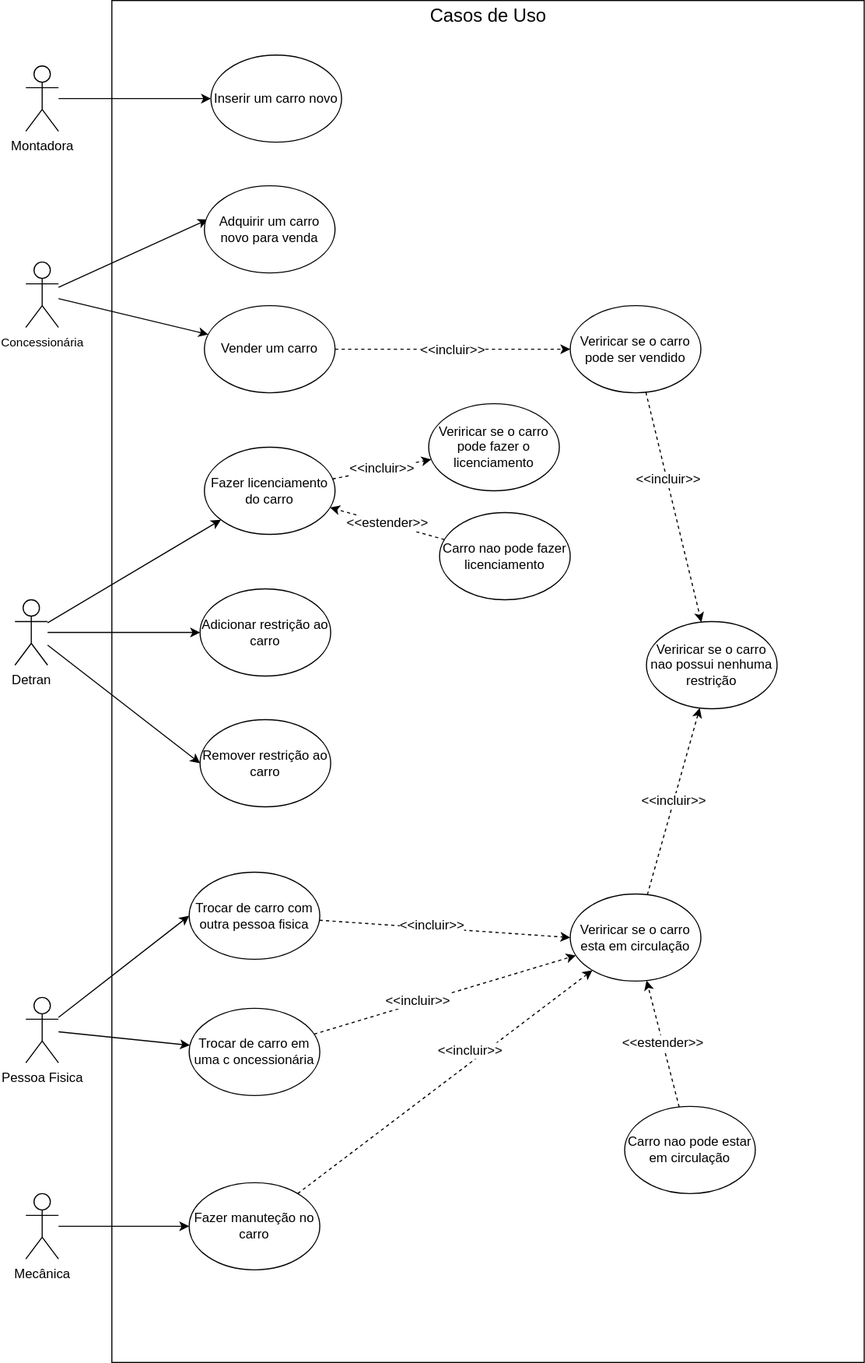
Earlier version of the draw.io export docs/diagrams/uml/use_cases.drawio.svg (yurihartmann/car_lifes_cycle_hyperledger_fabric). Source tidied: cells renumbered, new cells last; positions are measured from the earlier drawing's top-left corner, leaving out a move shared by most shapes. Its diagram source:
```xml
<mxGraphModel>
  <root>
    <mxCell id="0" />
    <mxCell id="1" parent="0" />
    <mxCell id="2" style="rounded=0;whiteSpace=wrap;html=1;" parent="1" vertex="1">
      <mxGeometry x="89" width="691" height="1250" as="geometry" />
    </mxCell>
    <mxCell id="3" value="&lt;font style=&quot;font-size: 17px;&quot;&gt;Casos de Uso&lt;/font&gt;" style="text;html=1;strokeColor=none;fillColor=none;align=center;verticalAlign=middle;whiteSpace=wrap;rounded=0;" parent="1" vertex="1">
      <mxGeometry x="369.5" width="130" height="30" as="geometry" />
    </mxCell>
    <mxCell id="4" style="edgeStyle=none;html=1;" parent="1" edge="1" source="5" target="10">
      <mxGeometry relative="1" as="geometry" />
    </mxCell>
    <mxCell id="5" value="Montadora" style="shape=umlActor;verticalLabelPosition=bottom;verticalAlign=top;html=1;outlineConnect=0;" parent="1" vertex="1">
      <mxGeometry x="10" y="60" width="30" height="60" as="geometry" />
    </mxCell>
    <mxCell id="6" style="edgeStyle=none;html=1;fontSize=17;" parent="1" edge="1" source="9" target="12">
      <mxGeometry relative="1" as="geometry" />
    </mxCell>
    <mxCell id="7" style="edgeStyle=none;html=1;entryX=0;entryY=0.5;entryDx=0;entryDy=0;fontSize=12;" parent="1" edge="1" source="9" target="42">
      <mxGeometry relative="1" as="geometry" />
    </mxCell>
    <mxCell id="8" style="edgeStyle=none;html=1;entryX=0;entryY=0.5;entryDx=0;entryDy=0;fontSize=12;" parent="1" edge="1" source="9" target="43">
      <mxGeometry relative="1" as="geometry" />
    </mxCell>
    <mxCell id="9" value="Detran&lt;br&gt;" style="shape=umlActor;verticalLabelPosition=bottom;verticalAlign=top;html=1;outlineConnect=0;" parent="1" vertex="1">
      <mxGeometry y="550" width="30" height="60" as="geometry" />
    </mxCell>
    <mxCell id="10" value="Inserir um carro novo" style="ellipse;whiteSpace=wrap;html=1;" parent="1" vertex="1">
      <mxGeometry x="180" y="50" width="120" height="80" as="geometry" />
    </mxCell>
    <mxCell id="11" value="&amp;lt;&amp;lt;incluir&amp;gt;&amp;gt;" style="edgeStyle=none;html=1;dashed=1;fontSize=12;" parent="1" edge="1" source="12" target="29">
      <mxGeometry relative="1" as="geometry" />
    </mxCell>
    <mxCell id="12" value="Fazer licenciamento do carro" style="ellipse;whiteSpace=wrap;html=1;" parent="1" vertex="1">
      <mxGeometry x="174" y="410" width="120" height="80" as="geometry" />
    </mxCell>
    <mxCell id="13" style="edgeStyle=none;html=1;fontSize=17;" parent="1" edge="1" source="14" target="17">
      <mxGeometry relative="1" as="geometry" />
    </mxCell>
    <mxCell id="14" value="Mecânica" style="shape=umlActor;verticalLabelPosition=bottom;verticalAlign=top;html=1;outlineConnect=0;" parent="1" vertex="1">
      <mxGeometry x="10" y="1095" width="30" height="60" as="geometry" />
    </mxCell>
    <mxCell id="15" style="edgeStyle=none;html=1;dashed=1;fontSize=12;" parent="1" edge="1" source="17" target="28">
      <mxGeometry relative="1" as="geometry" />
    </mxCell>
    <mxCell id="16" value="&amp;lt;&amp;lt;incluir&amp;gt;&amp;gt;" style="edgeLabel;html=1;align=center;verticalAlign=middle;fontSize=12;" parent="15" vertex="1">
      <mxGeometry x="0.28" y="2" relative="1" as="geometry">
        <mxPoint x="-15" y="2" as="offset" />
      </mxGeometry>
    </mxCell>
    <mxCell id="17" value="Fazer manuteção no carro" style="ellipse;whiteSpace=wrap;html=1;" parent="1" vertex="1">
      <mxGeometry x="160" y="1085" width="120" height="80" as="geometry" />
    </mxCell>
    <mxCell id="18" style="edgeStyle=none;html=1;fontSize=17;" parent="1" edge="1" source="20" target="22">
      <mxGeometry relative="1" as="geometry" />
    </mxCell>
    <mxCell id="19" style="edgeStyle=none;html=1;entryX=0.025;entryY=0.388;entryDx=0;entryDy=0;entryPerimeter=0;fontSize=17;" parent="1" edge="1" source="20" target="23">
      <mxGeometry relative="1" as="geometry" />
    </mxCell>
    <mxCell id="20" value="&lt;span style=&quot;font-size: 11px; background-color: rgb(255, 255, 255);&quot;&gt;Concessionária&lt;/span&gt;" style="shape=umlActor;verticalLabelPosition=bottom;verticalAlign=top;html=1;outlineConnect=0;" parent="1" vertex="1">
      <mxGeometry x="10" y="240" width="30" height="60" as="geometry" />
    </mxCell>
    <mxCell id="21" value="&lt;font style=&quot;font-size: 12px;&quot;&gt;&amp;lt;&amp;lt;incluir&amp;gt;&amp;gt;&lt;/font&gt;" style="edgeStyle=none;html=1;fontSize=17;dashed=1;" parent="1" edge="1" source="22" target="26">
      <mxGeometry relative="1" as="geometry" />
    </mxCell>
    <mxCell id="22" value="Vender um carro" style="ellipse;whiteSpace=wrap;html=1;" parent="1" vertex="1">
      <mxGeometry x="174" y="280" width="120" height="80" as="geometry" />
    </mxCell>
    <mxCell id="23" value="Adquirir um carro novo para venda" style="ellipse;whiteSpace=wrap;html=1;" parent="1" vertex="1">
      <mxGeometry x="174" y="170" width="120" height="80" as="geometry" />
    </mxCell>
    <mxCell id="24" style="edgeStyle=none;html=1;dashed=1;fontSize=12;" parent="1" edge="1" source="26" target="39">
      <mxGeometry relative="1" as="geometry" />
    </mxCell>
    <mxCell id="25" value="&amp;lt;&amp;lt;incluir&amp;gt;&amp;gt;" style="edgeLabel;html=1;align=center;verticalAlign=middle;fontSize=12;" parent="24" vertex="1">
      <mxGeometry x="-0.24" y="1" relative="1" as="geometry" />
    </mxCell>
    <mxCell id="26" value="Veriricar se o carro pode ser vendido" style="ellipse;whiteSpace=wrap;html=1;" parent="1" vertex="1">
      <mxGeometry x="510" y="280" width="120" height="80" as="geometry" />
    </mxCell>
    <mxCell id="27" value="&amp;lt;&amp;lt;incluir&amp;gt;&amp;gt;" style="edgeStyle=none;html=1;dashed=1;fontSize=12;" parent="1" edge="1" source="28" target="39">
      <mxGeometry relative="1" as="geometry" />
    </mxCell>
    <mxCell id="28" value="Veriricar se o carro esta em circulação" style="ellipse;whiteSpace=wrap;html=1;" parent="1" vertex="1">
      <mxGeometry x="510" y="820" width="120" height="80" as="geometry" />
    </mxCell>
    <mxCell id="29" value="Veriricar se o carro pode fazer o licenciamento" style="ellipse;whiteSpace=wrap;html=1;" parent="1" vertex="1">
      <mxGeometry x="380" y="370" width="120" height="80" as="geometry" />
    </mxCell>
    <mxCell id="30" style="edgeStyle=none;html=1;entryX=0;entryY=0.5;entryDx=0;entryDy=0;fontSize=12;" parent="1" edge="1" source="32" target="35">
      <mxGeometry relative="1" as="geometry" />
    </mxCell>
    <mxCell id="31" style="edgeStyle=none;html=1;fontSize=12;" parent="1" edge="1" source="32" target="38">
      <mxGeometry relative="1" as="geometry" />
    </mxCell>
    <mxCell id="32" value="Pessoa Fisica" style="shape=umlActor;verticalLabelPosition=bottom;verticalAlign=top;html=1;outlineConnect=0;" parent="1" vertex="1">
      <mxGeometry x="10" y="915" width="30" height="60" as="geometry" />
    </mxCell>
    <mxCell id="33" style="edgeStyle=none;html=1;entryX=0;entryY=0.5;entryDx=0;entryDy=0;dashed=1;fontSize=12;" parent="1" edge="1" source="35" target="28">
      <mxGeometry relative="1" as="geometry" />
    </mxCell>
    <mxCell id="34" value="&amp;lt;&amp;lt;incluir&amp;gt;&amp;gt;" style="edgeLabel;html=1;align=center;verticalAlign=middle;fontSize=12;" parent="33" vertex="1">
      <mxGeometry x="-0.1" y="3" relative="1" as="geometry" />
    </mxCell>
    <mxCell id="35" value="Trocar de carro com outra pessoa fisica" style="ellipse;whiteSpace=wrap;html=1;" parent="1" vertex="1">
      <mxGeometry x="160" y="800" width="120" height="80" as="geometry" />
    </mxCell>
    <mxCell id="36" style="edgeStyle=none;html=1;dashed=1;fontSize=12;" parent="1" edge="1" source="38" target="28">
      <mxGeometry relative="1" as="geometry" />
    </mxCell>
    <mxCell id="37" value="&amp;lt;&amp;lt;incluir&amp;gt;&amp;gt;" style="edgeLabel;html=1;align=center;verticalAlign=middle;fontSize=12;" parent="36" vertex="1">
      <mxGeometry x="-0.2" y="3" relative="1" as="geometry" />
    </mxCell>
    <mxCell id="38" value="Trocar de carro em uma c&lt;span style=&quot;background-color: rgb(255, 255, 255);&quot;&gt;&lt;font style=&quot;font-size: 12px;&quot;&gt;oncessionária&lt;/font&gt;&lt;/span&gt;" style="ellipse;whiteSpace=wrap;html=1;" parent="1" vertex="1">
      <mxGeometry x="160" y="925" width="120" height="80" as="geometry" />
    </mxCell>
    <mxCell id="39" value="Veriricar se o carro nao possui nenhuma restrição" style="ellipse;whiteSpace=wrap;html=1;" parent="1" vertex="1">
      <mxGeometry x="580" y="570" width="120" height="80" as="geometry" />
    </mxCell>
    <mxCell id="40" value="&amp;lt;&amp;lt;estender&amp;gt;&amp;gt;" style="edgeStyle=none;html=1;dashed=1;fontSize=12;" parent="1" edge="1" source="41" target="28">
      <mxGeometry relative="1" as="geometry" />
    </mxCell>
    <mxCell id="41" value="Carro nao pode estar em circulação" style="ellipse;whiteSpace=wrap;html=1;" parent="1" vertex="1">
      <mxGeometry x="560" y="1015" width="120" height="80" as="geometry" />
    </mxCell>
    <mxCell id="42" value="Adicionar restrição ao carro" style="ellipse;whiteSpace=wrap;html=1;" parent="1" vertex="1">
      <mxGeometry x="170" y="540" width="120" height="80" as="geometry" />
    </mxCell>
    <mxCell id="43" value="Remover restrição ao carro" style="ellipse;whiteSpace=wrap;html=1;" parent="1" vertex="1">
      <mxGeometry x="170" y="660" width="120" height="80" as="geometry" />
    </mxCell>
    <mxCell id="44" value="&amp;lt;&amp;lt;estender&amp;gt;&amp;gt;" style="edgeStyle=none;html=1;dashed=1;fontSize=12;" parent="1" edge="1" source="45" target="12">
      <mxGeometry relative="1" as="geometry" />
    </mxCell>
    <mxCell id="45" value="Carro nao pode fazer licenciamento" style="ellipse;whiteSpace=wrap;html=1;" parent="1" vertex="1">
      <mxGeometry x="390" y="470" width="120" height="80" as="geometry" />
    </mxCell>
  </root>
</mxGraphModel>
```
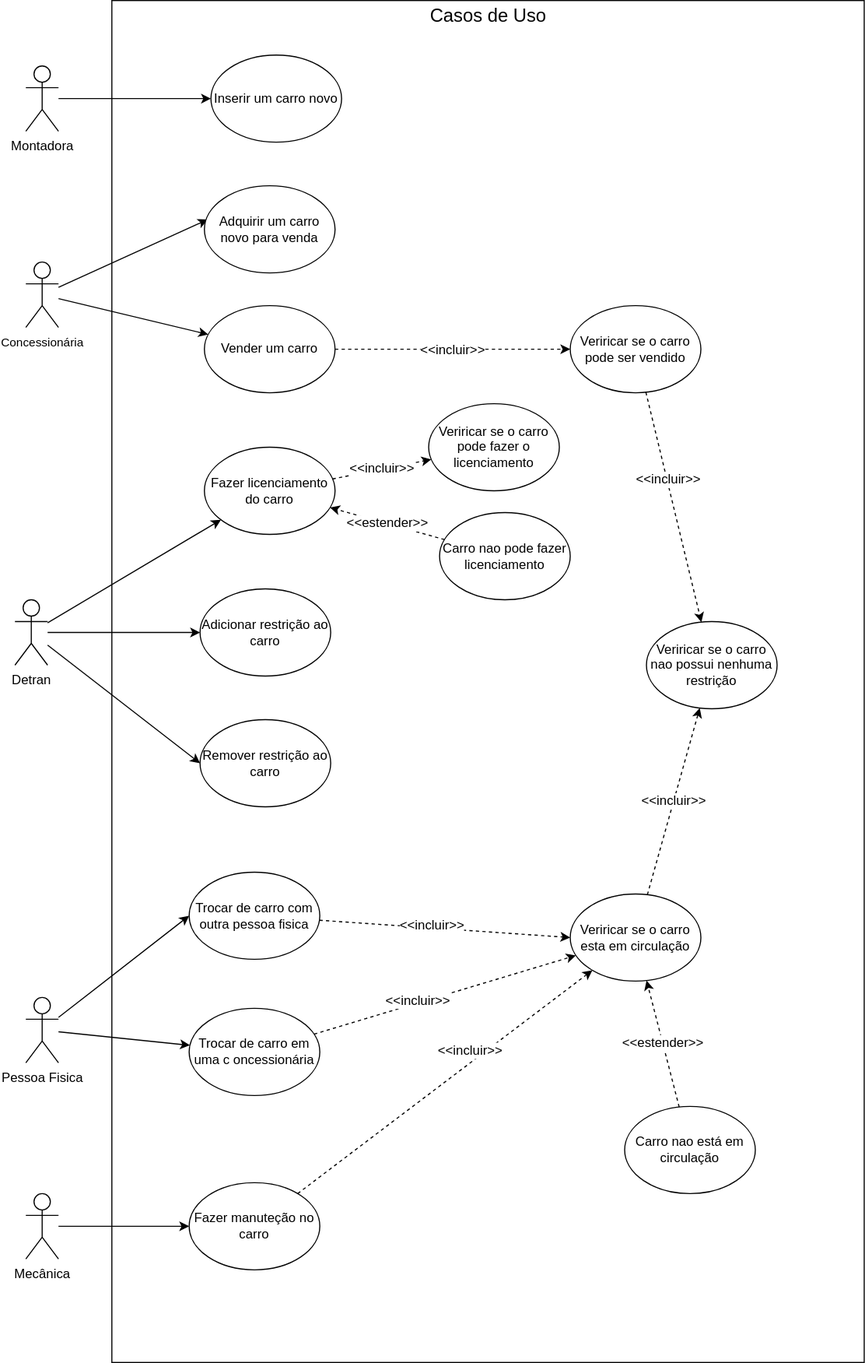
Above is the later version.

Change to the diagram source:
```diff
@@ -121,7 +121,7 @@
     <mxCell id="40" value="&amp;lt;&amp;lt;estender&amp;gt;&amp;gt;" style="edgeStyle=none;html=1;dashed=1;fontSize=12;" parent="1" edge="1" source="41" target="28">
       <mxGeometry relative="1" as="geometry" />
     </mxCell>
-    <mxCell id="41" value="Carro nao pode estar em circulação" style="ellipse;whiteSpace=wrap;html=1;" parent="1" vertex="1">
+    <mxCell id="41" value="Carro nao está em circulação" style="ellipse;whiteSpace=wrap;html=1;" parent="1" vertex="1">
       <mxGeometry x="560" y="1015" width="120" height="80" as="geometry" />
     </mxCell>
     <mxCell id="42" value="Adicionar restrição ao carro" style="ellipse;whiteSpace=wrap;html=1;" parent="1" vertex="1">
```
